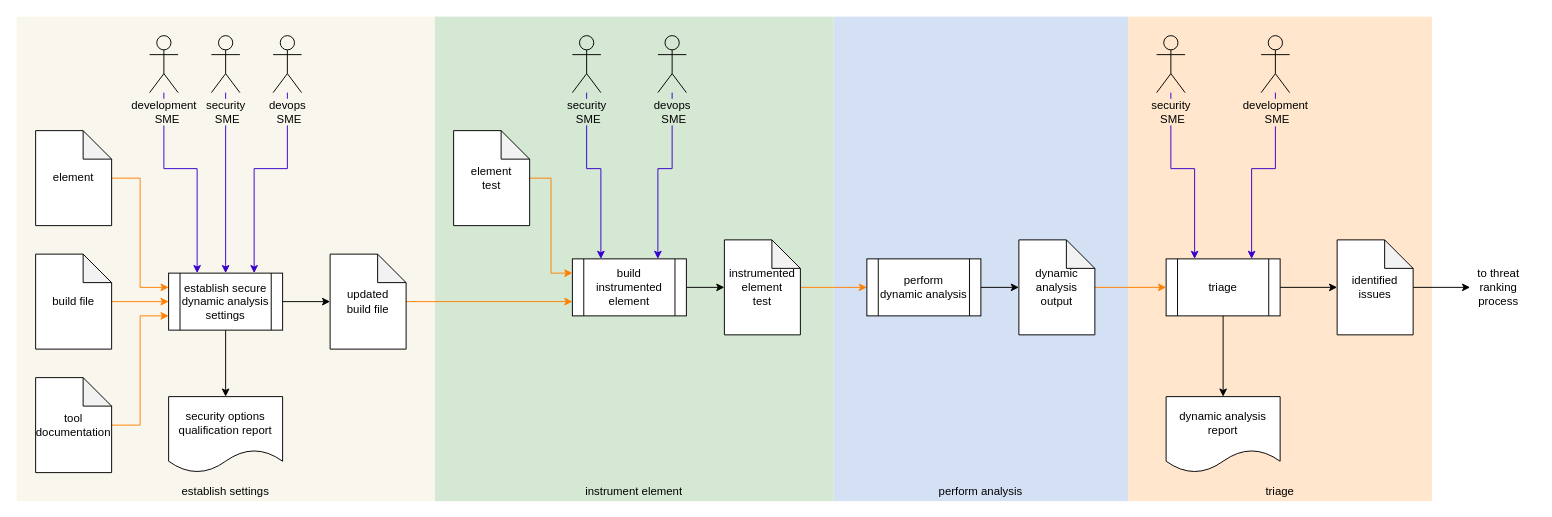
This is source/reference_documents/secondary_documents/implementation phase/Dynamic Analysis Report/images/source/dynamic analysis workflow.drawio from AVCDL/AVCDL, a draw.io file, before an edit. Source tidied: cells renumbered, new cells numbered last; positions are measured from the earlier drawing's top-left corner, leaving out a move shared by most shapes. Both pictures are drawn from the tidied source at 95%, with x=0, y=0 at pixel (16, 16).
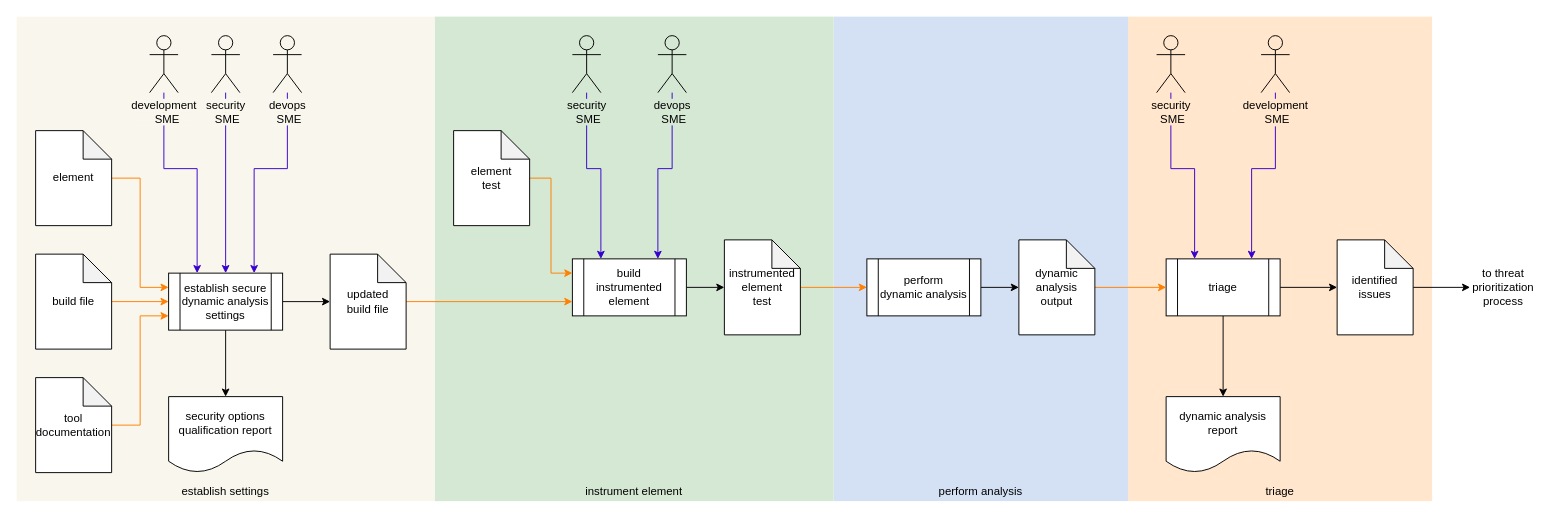
The same diagram, later.

Commit message (it also covers changes not shown here):
Updated the Dynamic Analysis Report secondary document (issues go to threat prioritization process rather than threat ranking)

Diff of the diagram source:
```diff
@@
-    <mxCell id="34" value="to threat ranking process" style="text;html=1;strokeColor=none;fillColor=none;align=center;verticalAlign=middle;whiteSpace=wrap;rounded=0;" parent="1" vertex="1">
-      <mxGeometry x="1530" y="265" width="60" height="40" as="geometry" />
+    <mxCell id="34" value="to threat prioritization process" style="text;html=1;strokeColor=none;fillColor=none;align=center;verticalAlign=middle;whiteSpace=wrap;rounded=0;" parent="1" vertex="1">
+      <mxGeometry x="1530" y="265" width="70" height="40" as="geometry" />
     </mxCell>
```
